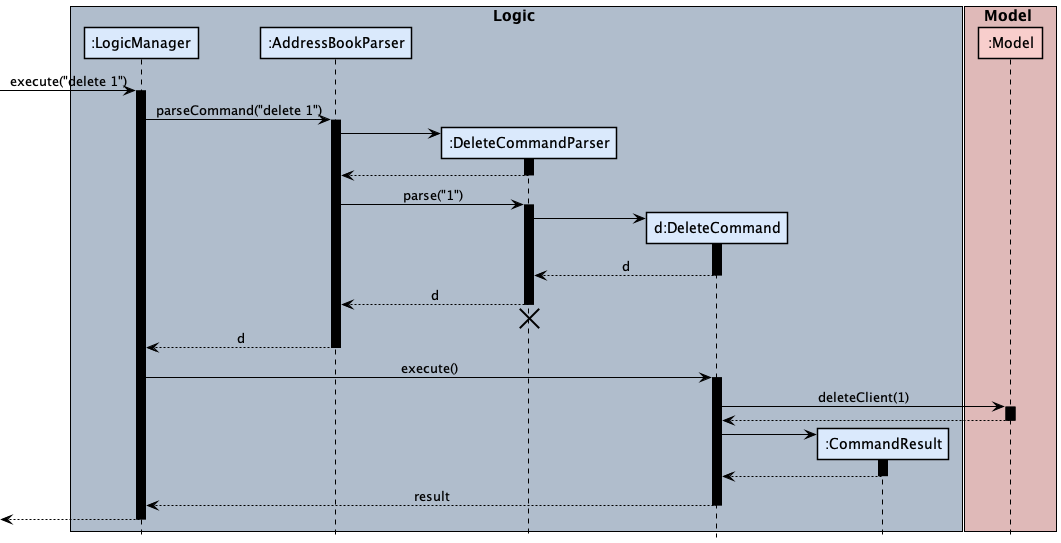
Earlier version of the PlantUML export docs/images/DeleteSequenceDiagram.png (nus-cs2103-AY2122S1/tp).
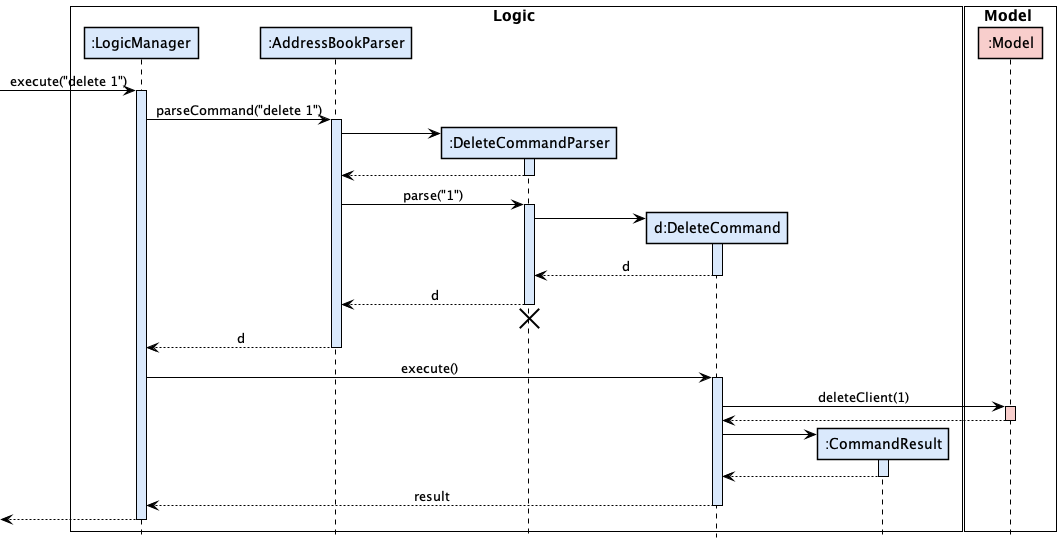
After the commit.

What changed in the source:
```diff
@@ -1,7 +1,6 @@
 @startuml
 !include style.puml
-
-box Logic LOGIC_COLOR_T1
+box Logic #FFFFFF
 participant ":LogicManager" as LogicManager LOGIC_COLOR
 participant ":AddressBookParser" as AddressBookParser LOGIC_COLOR
 participant ":DeleteCommandParser" as DeleteCommandParser LOGIC_COLOR
@@ -11,60 +10,60 @@
 
 skinparam sequenceBoxBorderColor #black
 
-box Model MODEL_COLOR_T1
+box Model #FFFFFF
 participant ":Model" as Model MODEL_COLOR
 end box
 
 [-> LogicManager : execute("delete 1")
-activate LogicManager
+activate LogicManager LOGIC_COLOR
 
 LogicManager -> AddressBookParser : parseCommand("delete 1")
-activate AddressBookParser
+activate AddressBookParser LOGIC_COLOR
 
-create DeleteCommandParser
+create DeleteCommandParser LOGIC_COLOR
 AddressBookParser -> DeleteCommandParser
-activate DeleteCommandParser
+activate DeleteCommandParser LOGIC_COLOR
 
 DeleteCommandParser --> AddressBookParser
-deactivate DeleteCommandParser
+deactivate DeleteCommandParser LOGIC_COLOR
 
 AddressBookParser -> DeleteCommandParser : parse("1")
-activate DeleteCommandParser
+activate DeleteCommandParser LOGIC_COLOR
 
-create DeleteCommand
+create DeleteCommand LOGIC_COLOR
 DeleteCommandParser -> DeleteCommand
-activate DeleteCommand
+activate DeleteCommand LOGIC_COLOR
 
 DeleteCommand --> DeleteCommandParser : d
-deactivate DeleteCommand
+deactivate DeleteCommand LOGIC_COLOR
 
 DeleteCommandParser --> AddressBookParser : d
-deactivate DeleteCommandParser
+deactivate DeleteCommandParser LOGIC_COLOR
 DeleteCommandParser -[hidden]-> AddressBookParser
-destroy DeleteCommandParser
+destroy DeleteCommandParser LOGIC_COLOR
 
 AddressBookParser --> LogicManager : d
-deactivate AddressBookParser
+deactivate AddressBookParser LOGIC_COLOR
 
 LogicManager -> DeleteCommand : execute()
-activate DeleteCommand
+activate DeleteCommand LOGIC_COLOR
 
 DeleteCommand -> Model : deleteClient(1)
-activate Model
+activate Model MODEL_COLOR
 
 Model --> DeleteCommand
-deactivate Model
+deactivate Model LOGIC_COLOR
 
-create CommandResult
+create CommandResult LOGIC_COLOR
 DeleteCommand -> CommandResult
-activate CommandResult
+activate CommandResult LOGIC_COLOR
 
 CommandResult --> DeleteCommand
-deactivate CommandResult
+deactivate CommandResult LOGIC_COLOR
 
 DeleteCommand --> LogicManager : result
-deactivate DeleteCommand
+deactivate DeleteCommand LOGIC_COLOR
 
 [<--LogicManager
-deactivate LogicManager
+deactivate LogicManager LOGIC_COLOR
 @enduml
```
